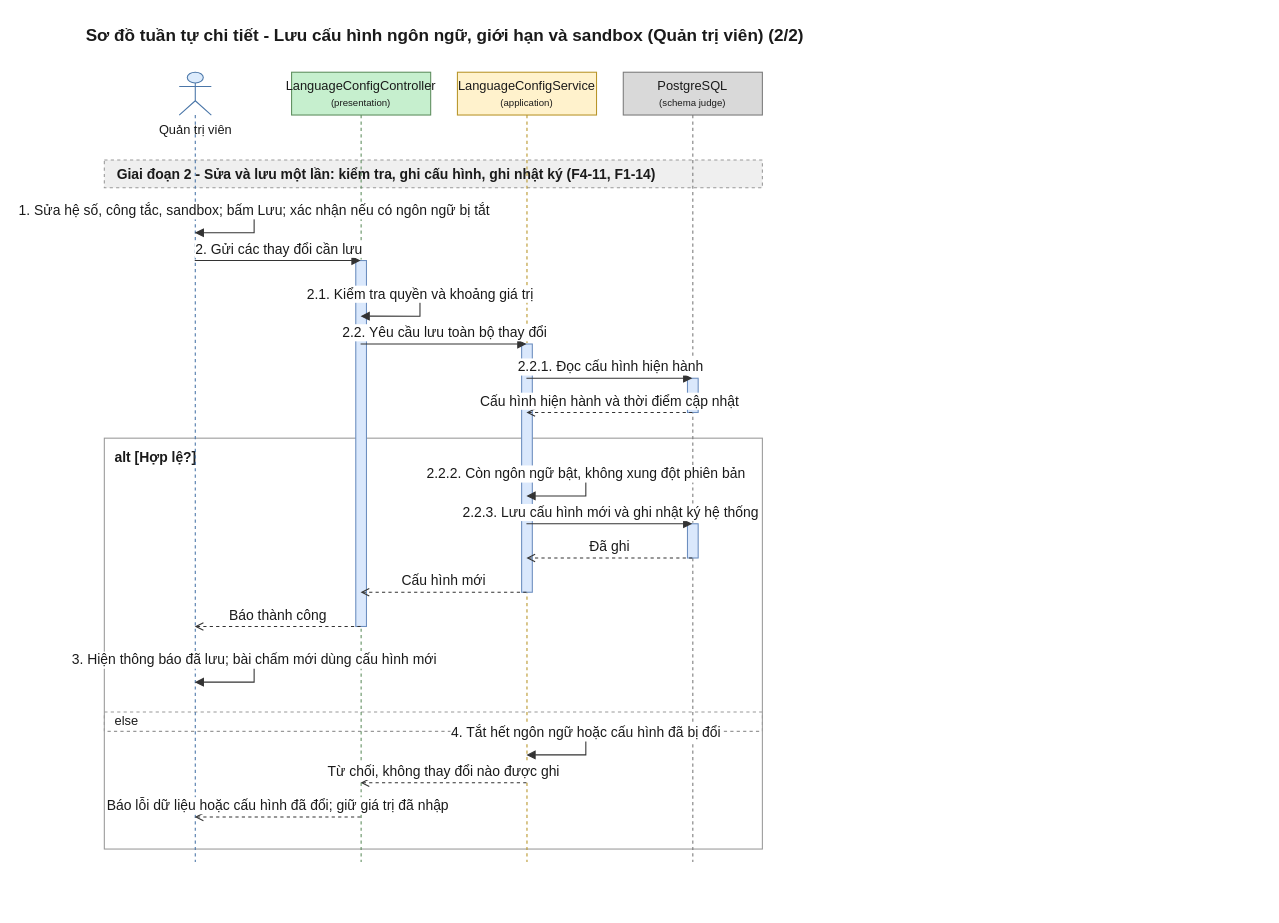
This is 08-diagram/sequence/admin/sequence_admin_cau_hinh_ngon_ngu_gioi_han_p2.drawio from daiphu1801/PRJ_ALGOPREP, a draw.io file, before an edit. Source tidied: cells renumbered, new cells numbered last; positions are measured from the earlier drawing's top-left corner, leaving out a move shared by most shapes. Both pictures are drawn from the tidied source at 107%, with x=0, y=0 at pixel (104, 18).
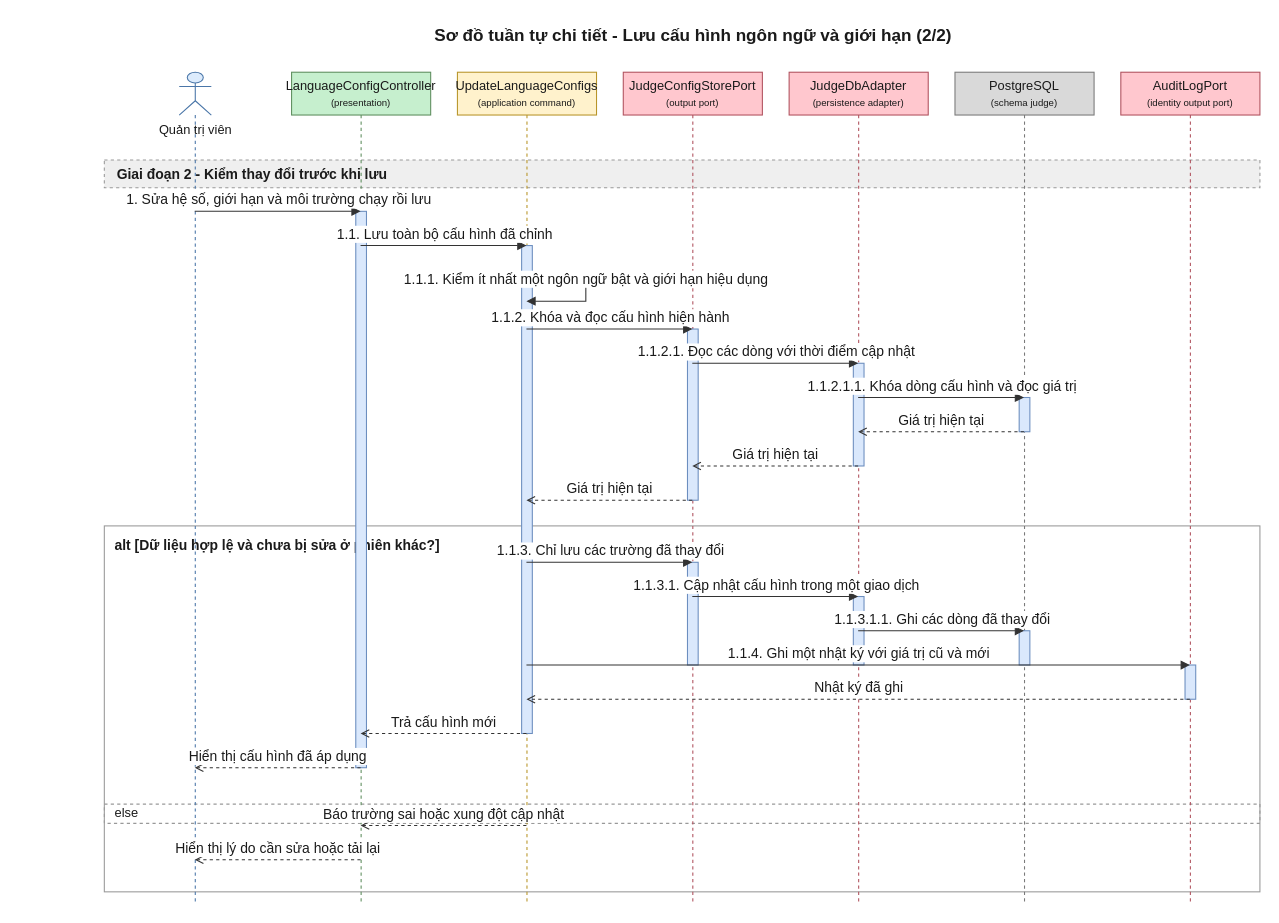
The same page after the edit.

What changed in the source:
```diff
@@
-    <mxCell id="2" value="Sơ đồ tuần tự chi tiết - Lưu cấu hình ngôn ngữ, giới hạn và sandbox (Quản trị viên) (2/2)" style="text;html=1;fontSize=16;fontStyle=1;align=center;verticalAlign=middle;fontColor=#1A1A1A;" parent="1" vertex="1">
-      <mxGeometry x="20" width="595" height="30" as="geometry" />
+    <mxCell id="2" value="Sơ đồ tuần tự chi tiết - Lưu cấu hình ngôn ngữ và giới hạn (2/2)" style="text;html=1;fontSize=16;fontStyle=1;align=center;verticalAlign=middle;fontColor=#1A1A1A;" parent="1" vertex="1">
+      <mxGeometry x="20" width="1060" height="30" as="geometry" />
     </mxCell>
-    <mxCell id="3" value="alt [Hợp lệ?]" style="algoprep=alt;rounded=0;whiteSpace=wrap;html=1;fillColor=none;strokeColor=#999999;verticalAlign=top;align=left;spacingLeft=8;spacingTop=4;fontColor=#1A1A1A;fontSize=13;fontStyle=1;dashed=0;" parent="1" vertex="1">
-      <mxGeometry y="392" width="615" height="384" as="geometry" />
+    <mxCell id="3" value="alt [Dữ liệu hợp lệ và chưa bị sửa ở phiên khác?]" style="algoprep=alt;rounded=0;whiteSpace=wrap;html=1;fillColor=none;strokeColor=#999999;verticalAlign=top;align=left;spacingLeft=8;spacingTop=4;fontColor=#1A1A1A;fontSize=13;fontStyle=1;dashed=0;" parent="1" vertex="1">
+      <mxGeometry y="474" width="1080" height="342" as="geometry" />
     </mxCell>
     <mxCell id="4" value="else" style="text;html=1;dashed=1;strokeColor=#999999;fillColor=none;align=left;verticalAlign=middle;spacingLeft=8;fontColor=#1A1A1A;fontSize=12;" parent="1" vertex="1">
-      <mxGeometry y="648" width="615" height="18" as="geometry" />
+      <mxGeometry y="734" width="1080" height="18" as="geometry" />
     </mxCell>
-    <mxCell id="5" value="Giai đoạn 2 - Sửa và lưu một lần: kiểm tra, ghi cấu hình, ghi nhật ký (F4-11, F1-14)" style="algoprep=phase;rounded=0;whiteSpace=wrap;html=1;fillColor=#EFEFEF;strokeColor=#999999;dashed=1;align=left;verticalAlign=middle;spacingLeft=10;fontColor=#1A1A1A;fontSize=13;fontStyle=1;" parent="1" vertex="1">
-      <mxGeometry y="132" width="615" height="26" as="geometry" />
+    <mxCell id="5" value="Giai đoạn 2 - Kiểm thay đổi trước khi lưu" style="algoprep=phase;rounded=0;whiteSpace=wrap;html=1;fillColor=#EFEFEF;strokeColor=#999999;dashed=1;align=left;verticalAlign=middle;spacingLeft=10;fontColor=#1A1A1A;fontSize=13;fontStyle=1;" parent="1" vertex="1">
+      <mxGeometry y="132" width="1080" height="26" as="geometry" />
     </mxCell>
     <mxCell id="6" value="Quản trị viên" style="shape=umlLifeline;participant=umlActor;perimeter=lifelinePerimeter;html=1;outlineConnect=0;size=40;verticalAlign=top;spacingTop=40;fillColor=#DCEBFC;strokeColor=#4A76A8;fontColor=#1A1A1A;" parent="1" vertex="1">
-      <mxGeometry x="70" y="50" width="30" height="738" as="geometry" />
+      <mxGeometry x="70" y="50" width="30" height="778" as="geometry" />
     </mxCell>
     <mxCell id="7" value="LanguageConfigController&lt;br&gt;&lt;font style=&quot;font-size:9px&quot;&gt;(presentation)&lt;/font&gt;" style="shape=umlLifeline;perimeter=lifelinePerimeter;whiteSpace=wrap;html=1;outlineConnect=0;size=40;fillColor=#C6EFCE;strokeColor=#5E8E5E;fontColor=#1A1A1A;" parent="1" vertex="1">
-      <mxGeometry x="175" y="50" width="130" height="738" as="geometry" />
+      <mxGeometry x="175" y="50" width="130" height="778" as="geometry" />
     </mxCell>
-    <mxCell id="8" value="LanguageConfigService&lt;br&gt;&lt;font style=&quot;font-size:9px&quot;&gt;(application)&lt;/font&gt;" style="shape=umlLifeline;perimeter=lifelinePerimeter;whiteSpace=wrap;html=1;outlineConnect=0;size=40;fillColor=#FFF2CC;strokeColor=#B8952A;fontColor=#1A1A1A;" parent="1" vertex="1">
-      <mxGeometry x="330" y="50" width="130" height="738" as="geometry" />
+    <mxCell id="8" value="UpdateLanguageConfigs&lt;br&gt;&lt;font style=&quot;font-size:9px&quot;&gt;(application command)&lt;/font&gt;" style="shape=umlLifeline;perimeter=lifelinePerimeter;whiteSpace=wrap;html=1;outlineConnect=0;size=40;fillColor=#FFF2CC;strokeColor=#B8952A;fontColor=#1A1A1A;" parent="1" vertex="1">
+      <mxGeometry x="330" y="50" width="130" height="778" as="geometry" />
     </mxCell>
-    <mxCell id="9" value="PostgreSQL&lt;br&gt;&lt;font style=&quot;font-size:9px&quot;&gt;(schema judge)&lt;/font&gt;" style="shape=umlLifeline;perimeter=lifelinePerimeter;whiteSpace=wrap;html=1;outlineConnect=0;size=40;fillColor=#D9D9D9;strokeColor=#7A7A7A;fontColor=#1A1A1A;" parent="1" vertex="1">
-      <mxGeometry x="485" y="50" width="130" height="738" as="geometry" />
+    <mxCell id="9" value="JudgeConfigStorePort&lt;br&gt;&lt;font style=&quot;font-size:9px&quot;&gt;(output port)&lt;/font&gt;" style="shape=umlLifeline;perimeter=lifelinePerimeter;whiteSpace=wrap;html=1;outlineConnect=0;size=40;fillColor=#FFC7CE;strokeColor=#B0525E;fontColor=#1A1A1A;" parent="1" vertex="1">
+      <mxGeometry x="485" y="50" width="130" height="778" as="geometry" />
     </mxCell>
-    <mxCell id="10" style="html=1;points=[[0,0,0,0,0],[0,1,0,0,0],[1,0,0,0,0],[1,1,0,0,0]];perimeter=orthogonalPerimeter;outlineConnect=0;targetShapes=umlLifeline;fillColor=#DAE8FC;strokeColor=#6C8EBF;" parent="9" vertex="1">
-      <mxGeometry x="60" y="286" width="10" height="32" as="geometry" />
+    <mxCell id="10" value="JudgeDbAdapter&lt;br&gt;&lt;font style=&quot;font-size:9px&quot;&gt;(persistence adapter)&lt;/font&gt;" style="shape=umlLifeline;perimeter=lifelinePerimeter;whiteSpace=wrap;html=1;outlineConnect=0;size=40;fillColor=#FFC7CE;strokeColor=#B0525E;fontColor=#1A1A1A;" parent="1" vertex="1">
+      <mxGeometry x="640" y="50" width="130" height="778" as="geometry" />
     </mxCell>
-    <mxCell id="11" style="html=1;points=[[0,0,0,0,0],[0,1,0,0,0],[1,0,0,0,0],[1,1,0,0,0]];perimeter=orthogonalPerimeter;outlineConnect=0;targetShapes=umlLifeline;fillColor=#DAE8FC;strokeColor=#6C8EBF;" parent="9" vertex="1">
-      <mxGeometry x="60" y="422" width="10" height="32" as="geometry" />
+    <mxCell id="11" value="PostgreSQL&lt;br&gt;&lt;font style=&quot;font-size:9px&quot;&gt;(schema judge)&lt;/font&gt;" style="shape=umlLifeline;perimeter=lifelinePerimeter;whiteSpace=wrap;html=1;outlineConnect=0;size=40;fillColor=#D9D9D9;strokeColor=#7A7A7A;fontColor=#1A1A1A;" parent="1" vertex="1">
+      <mxGeometry x="795" y="50" width="130" height="778" as="geometry" />
     </mxCell>
-    <mxCell id="12" style="html=1;points=[[0,0,0,0,0],[0,1,0,0,0],[1,0,0,0,0],[1,1,0,0,0]];perimeter=orthogonalPerimeter;outlineConnect=0;targetShapes=umlLifeline;fillColor=#DAE8FC;strokeColor=#6C8EBF;" parent="8" vertex="1">
-      <mxGeometry x="60" y="254" width="10" height="232" as="geometry" />
+    <mxCell id="12" value="AuditLogPort&lt;br&gt;&lt;font style=&quot;font-size:9px&quot;&gt;(identity output port)&lt;/font&gt;" style="shape=umlLifeline;perimeter=lifelinePerimeter;whiteSpace=wrap;html=1;outlineConnect=0;size=40;fillColor=#FFC7CE;strokeColor=#B0525E;fontColor=#1A1A1A;" parent="1" vertex="1">
+      <mxGeometry x="950" y="50" width="130" height="778" as="geometry" />
     </mxCell>
-    <mxCell id="13" style="html=1;perimeter=orthogonalPerimeter;targetShapes=umlLifeline;fillColor=#DAE8FC;strokeColor=#6C8EBF;" parent="7" vertex="1">
-      <mxGeometry x="60" y="176" width="10" height="342" as="geometry" />
+    <mxCell id="13" style="html=1;perimeter=orthogonalPerimeter;targetShapes=umlLifeline;fillColor=#DAE8FC;strokeColor=#6C8EBF;" parent="11" vertex="1">
+      <mxGeometry x="60" y="304" width="10" height="32" as="geometry" />
     </mxCell>
-    <mxCell id="14" value="1. Sửa hệ số, công tắc, sandbox; bấm Lưu; xác nhận nếu có ngôn ngữ bị tắt" style="edgeStyle=orthogonalEdgeStyle;rounded=0;html=1;endArrow=block;endFill=1;strokeColor=#333333;fontColor=#1A1A1A;fontSize=13;verticalAlign=bottom;exitX=0.5;exitY=0.1762;exitDx=0;exitDy=0;entryX=0.5;entryY=0.2033;entryDx=0;entryDy=0;" parent="1" edge="1" source="6" target="6">
-      <mxGeometry relative="1" as="geometry">
-        <Array as="points">
-          <mxPoint x="140" y="180" />
-          <mxPoint x="140" y="200" />
-        </Array>
-      </mxGeometry>
-    </mxCell>
-    <mxCell id="15" value="2. Gửi các thay đổi cần lưu" style="edgeStyle=none;html=1;endArrow=block;endFill=1;strokeColor=#333333;fontColor=#1A1A1A;fontSize=13;verticalAlign=bottom;exitX=0.5;exitY=0.2385;exitDx=0;exitDy=0;entryX=0.5;entryY=0.2385;entryDx=0;entryDy=0;" parent="1" edge="1" source="6" target="7">
-      <mxGeometry relative="1" as="geometry" />
-    </mxCell>
-    <mxCell id="16" value="2.1. Kiểm tra quyền và khoảng giá trị" style="edgeStyle=orthogonalEdgeStyle;rounded=0;html=1;endArrow=block;endFill=1;strokeColor=#333333;fontColor=#1A1A1A;fontSize=13;verticalAlign=bottom;exitX=0.5;exitY=0.2818;exitDx=0;exitDy=0;entryX=0.5;entryY=0.3089;entryDx=0;entryDy=0;" parent="1" edge="1" source="7" target="7">
-      <mxGeometry relative="1" as="geometry">
-        <Array as="points">
-          <mxPoint x="295" y="258" />
-          <mxPoint x="295" y="278" />
-        </Array>
-      </mxGeometry>
-    </mxCell>
-    <mxCell id="17" value="2.2. Yêu cầu lưu toàn bộ thay đổi" style="edgeStyle=none;html=1;endArrow=block;endFill=1;strokeColor=#333333;fontColor=#1A1A1A;fontSize=13;verticalAlign=bottom;exitX=0.5;exitY=0.3442;exitDx=0;exitDy=0;entryX=0.5;entryY=0.3442;entryDx=0;entryDy=0;" parent="1" edge="1" source="7" target="8">
-      <mxGeometry relative="1" as="geometry" />
-    </mxCell>
-    <mxCell id="18" value="2.2.1. Đọc cấu hình hiện hành" style="edgeStyle=none;html=1;endArrow=block;endFill=1;strokeColor=#333333;fontColor=#1A1A1A;fontSize=13;verticalAlign=bottom;exitX=0.5;exitY=0.3875;exitDx=0;exitDy=0;entryX=0.5;entryY=0.3875;entryDx=0;entryDy=0;" parent="1" edge="1" source="8" target="9">
-      <mxGeometry relative="1" as="geometry" />
-    </mxCell>
-    <mxCell id="19" value="Cấu hình hiện hành và thời điểm cập nhật" style="edgeStyle=none;html=1;endArrow=open;endFill=0;dashed=1;strokeColor=#333333;fontColor=#1A1A1A;fontSize=13;verticalAlign=bottom;exitX=0.5;exitY=0.4309;exitDx=0;exitDy=0;entryX=0.5;entryY=0.4309;entryDx=0;entryDy=0;" parent="1" edge="1" source="9" target="8">
-      <mxGeometry relative="1" as="geometry" />
-    </mxCell>
-    <mxCell id="20" value="2.2.2. Còn ngôn ngữ bật, không xung đột phiên bản" style="edgeStyle=orthogonalEdgeStyle;rounded=0;html=1;endArrow=block;endFill=1;strokeColor=#333333;fontColor=#1A1A1A;fontSize=13;verticalAlign=bottom;exitX=0.5;exitY=0.5095;exitDx=0;exitDy=0;entryX=0.5;entryY=0.5366;entryDx=0;entryDy=0;" parent="1" edge="1" source="8" target="8">
-      <mxGeometry relative="1" as="geometry">
-        <Array as="points">
-          <mxPoint x="450" y="426" />
-          <mxPoint x="450" y="446" />
-        </Array>
-      </mxGeometry>
-    </mxCell>
-    <mxCell id="21" value="2.2.3. Lưu cấu hình mới và ghi nhật ký hệ thống" style="edgeStyle=none;html=1;endArrow=block;endFill=1;strokeColor=#333333;fontColor=#1A1A1A;fontSize=13;verticalAlign=bottom;exitX=0.5;exitY=0.5718;exitDx=0;exitDy=0;entryX=0.5;entryY=0.5718;entryDx=0;entryDy=0;" parent="1" edge="1" source="8" target="9">
-      <mxGeometry relative="1" as="geometry" />
-    </mxCell>
+    <mxCell id="29" style="html=1;perimeter=orthogonalPerimeter;targetShapes=umlLifeline;fillColor=#DAE8FC;strokeColor=#6C8EBF;" parent="10" vertex="1">
+      <mxGeometry x="60" y="272" width="10" height="96" as="geometry" />
+    </mxCell>
+    <mxCell id="30" style="html=1;perimeter=orthogonalPerimeter;targetShapes=umlLifeline;fillColor=#DAE8FC;strokeColor=#6C8EBF;" parent="9" vertex="1">
+      <mxGeometry x="60" y="240" width="10" height="160" as="geometry" />
+    </mxCell>
+    <mxCell id="31" style="html=1;perimeter=orthogonalPerimeter;targetShapes=umlLifeline;fillColor=#DAE8FC;strokeColor=#6C8EBF;" parent="11" vertex="1">
+      <mxGeometry x="60" y="522" width="10" height="32" as="geometry" />
+    </mxCell>
+    <mxCell id="32" style="html=1;perimeter=orthogonalPerimeter;targetShapes=umlLifeline;fillColor=#DAE8FC;strokeColor=#6C8EBF;" parent="10" vertex="1">
+      <mxGeometry x="60" y="490" width="10" height="64" as="geometry" />
+    </mxCell>
+    <mxCell id="33" style="html=1;perimeter=orthogonalPerimeter;targetShapes=umlLifeline;fillColor=#DAE8FC;strokeColor=#6C8EBF;" parent="9" vertex="1">
+      <mxGeometry x="60" y="458" width="10" height="96" as="geometry" />
+    </mxCell>
+    <mxCell id="34" style="html=1;perimeter=orthogonalPerimeter;targetShapes=umlLifeline;fillColor=#DAE8FC;strokeColor=#6C8EBF;" parent="12" vertex="1">
+      <mxGeometry x="60" y="554" width="10" height="32" as="geometry" />
+    </mxCell>
+    <mxCell id="35" style="html=1;perimeter=orthogonalPerimeter;targetShapes=umlLifeline;fillColor=#DAE8FC;strokeColor=#6C8EBF;" parent="8" vertex="1">
+      <mxGeometry x="60" y="162" width="10" height="456" as="geometry" />
+    </mxCell>
+    <mxCell id="36" style="html=1;perimeter=orthogonalPerimeter;targetShapes=umlLifeline;fillColor=#DAE8FC;strokeColor=#6C8EBF;" parent="7" vertex="1">
+      <mxGeometry x="60" y="130" width="10" height="520" as="geometry" />
+    </mxCell>
-    <mxCell id="22" value="Đã ghi" style="edgeStyle=none;html=1;endArrow=open;endFill=0;dashed=1;strokeColor=#333333;fontColor=#1A1A1A;fontSize=13;verticalAlign=bottom;exitX=0.5;exitY=0.6152;exitDx=0;exitDy=0;entryX=0.5;entryY=0.6152;entryDx=0;entryDy=0;" parent="1" edge="1" source="9" target="8">
+    <mxCell id="22" value="1. Sửa hệ số, giới hạn và môi trường chạy rồi lưu" style="edgeStyle=none;html=1;endArrow=block;endFill=1;strokeColor=#333333;fontColor=#1A1A1A;fontSize=13;verticalAlign=bottom;exitX=0.5;exitY=0.1671;exitDx=0;exitDy=0;entryX=0.5;entryY=0.1671;entryDx=0;entryDy=0;" parent="1" edge="1" source="6" target="7">
       <mxGeometry relative="1" as="geometry" />
     </mxCell>
-    <mxCell id="23" value="Cấu hình mới" style="edgeStyle=none;html=1;endArrow=open;endFill=0;dashed=1;strokeColor=#333333;fontColor=#1A1A1A;fontSize=13;verticalAlign=bottom;exitX=0.5;exitY=0.6585;exitDx=0;exitDy=0;entryX=0.5;entryY=0.6585;entryDx=0;entryDy=0;" parent="1" edge="1" source="8" target="7">
+    <mxCell id="23" value="1.1. Lưu toàn bộ cấu hình đã chỉnh" style="edgeStyle=none;html=1;endArrow=block;endFill=1;strokeColor=#333333;fontColor=#1A1A1A;fontSize=13;verticalAlign=bottom;exitX=0.5;exitY=0.2082;exitDx=0;exitDy=0;entryX=0.5;entryY=0.2082;entryDx=0;entryDy=0;" parent="1" edge="1" source="7" target="8">
       <mxGeometry relative="1" as="geometry" />
     </mxCell>
-    <mxCell id="24" value="Báo thành công" style="edgeStyle=none;html=1;endArrow=open;endFill=0;dashed=1;strokeColor=#333333;fontColor=#1A1A1A;fontSize=13;verticalAlign=bottom;exitX=0.5;exitY=0.7019;exitDx=0;exitDy=0;entryX=0.5;entryY=0.7019;entryDx=0;entryDy=0;" parent="1" edge="1" source="7" target="6">
-      <mxGeometry relative="1" as="geometry" />
+    <mxCell id="24" value="1.1.1. Kiểm ít nhất một ngôn ngữ bật và giới hạn hiệu dụng" style="edgeStyle=orthogonalEdgeStyle;rounded=0;html=1;endArrow=block;endFill=1;strokeColor=#333333;fontColor=#1A1A1A;fontSize=13;verticalAlign=bottom;exitX=0.5;exitY=0.2494;exitDx=0;exitDy=0;entryX=0.5;entryY=0.2751;entryDx=0;entryDy=0;" parent="1" edge="1" source="8" target="8">
+      <mxGeometry relative="1" as="geometry">
+        <Array as="points">
+          <mxPoint x="450" y="244" />
+          <mxPoint x="450" y="264" />
+        </Array>
+      </mxGeometry>
     </mxCell>
-    <mxCell id="25" value="3. Hiện thông báo đã lưu; bài chấm mới dùng cấu hình mới" style="edgeStyle=orthogonalEdgeStyle;rounded=0;html=1;endArrow=block;endFill=1;strokeColor=#333333;fontColor=#1A1A1A;fontSize=13;verticalAlign=bottom;exitX=0.5;exitY=0.7453;exitDx=0;exitDy=0;entryX=0.5;entryY=0.7724;entryDx=0;entryDy=0;" parent="1" edge="1" source="6" target="6">
-      <mxGeometry relative="1" as="geometry">
-        <Array as="points">
-          <mxPoint x="140" y="600" />
-          <mxPoint x="140" y="620" />
-        </Array>
-      </mxGeometry>
+    <mxCell id="25" value="1.1.2. Khóa và đọc cấu hình hiện hành" style="edgeStyle=none;html=1;endArrow=block;endFill=1;strokeColor=#333333;fontColor=#1A1A1A;fontSize=13;verticalAlign=bottom;exitX=0.5;exitY=0.3085;exitDx=0;exitDy=0;entryX=0.5;entryY=0.3085;entryDx=0;entryDy=0;" parent="1" edge="1" source="8" target="9">
+      <mxGeometry relative="1" as="geometry" />
     </mxCell>
-    <mxCell id="26" value="4. Tắt hết ngôn ngữ hoặc cấu hình đã bị đổi" style="edgeStyle=orthogonalEdgeStyle;rounded=0;html=1;endArrow=block;endFill=1;strokeColor=#333333;fontColor=#1A1A1A;fontSize=13;verticalAlign=bottom;exitX=0.5;exitY=0.8374;exitDx=0;exitDy=0;entryX=0.5;entryY=0.8645;entryDx=0;entryDy=0;" parent="1" edge="1" source="8" target="8">
-      <mxGeometry relative="1" as="geometry">
-        <Array as="points">
-          <mxPoint x="450" y="668" />
-          <mxPoint x="450" y="688" />
-        </Array>
-      </mxGeometry>
+    <mxCell id="26" value="1.1.2.1. Đọc các dòng với thời điểm cập nhật" style="edgeStyle=none;html=1;endArrow=block;endFill=1;strokeColor=#333333;fontColor=#1A1A1A;fontSize=13;verticalAlign=bottom;exitX=0.5;exitY=0.3496;exitDx=0;exitDy=0;entryX=0.5;entryY=0.3496;entryDx=0;entryDy=0;" parent="1" edge="1" source="9" target="10">
+      <mxGeometry relative="1" as="geometry" />
     </mxCell>
-    <mxCell id="27" value="Từ chối, không thay đổi nào được ghi" style="edgeStyle=none;html=1;endArrow=open;endFill=0;dashed=1;strokeColor=#333333;fontColor=#1A1A1A;fontSize=13;verticalAlign=bottom;exitX=0.5;exitY=0.8997;exitDx=0;exitDy=0;entryX=0.5;entryY=0.8997;entryDx=0;entryDy=0;" parent="1" edge="1" source="8" target="7">
+    <mxCell id="27" value="1.1.2.1.1. Khóa dòng cấu hình và đọc giá trị" style="edgeStyle=none;html=1;endArrow=block;endFill=1;strokeColor=#333333;fontColor=#1A1A1A;fontSize=13;verticalAlign=bottom;exitX=0.5;exitY=0.3907;exitDx=0;exitDy=0;entryX=0.5;entryY=0.3907;entryDx=0;entryDy=0;" parent="1" edge="1" source="10" target="11">
       <mxGeometry relative="1" as="geometry" />
     </mxCell>
-    <mxCell id="28" value="Báo lỗi dữ liệu hoặc cấu hình đã đổi; giữ giá trị đã nhập" style="edgeStyle=none;html=1;endArrow=open;endFill=0;dashed=1;strokeColor=#333333;fontColor=#1A1A1A;fontSize=13;verticalAlign=bottom;exitX=0.5;exitY=0.9431;exitDx=0;exitDy=0;entryX=0.5;entryY=0.9431;entryDx=0;entryDy=0;" parent="1" edge="1" source="7" target="6">
+    <mxCell id="28" value="Giá trị hiện tại" style="edgeStyle=none;html=1;endArrow=open;endFill=0;dashed=1;strokeColor=#333333;fontColor=#1A1A1A;fontSize=13;verticalAlign=bottom;exitX=0.5;exitY=0.4319;exitDx=0;exitDy=0;entryX=0.5;entryY=0.4319;entryDx=0;entryDy=0;" parent="1" edge="1" source="11" target="10">
       <mxGeometry relative="1" as="geometry" />
     </mxCell>
+    <mxCell id="37" value="Giá trị hiện tại" style="edgeStyle=none;html=1;endArrow=open;endFill=0;dashed=1;strokeColor=#333333;fontColor=#1A1A1A;fontSize=13;verticalAlign=bottom;exitX=0.5;exitY=0.4730;exitDx=0;exitDy=0;entryX=0.5;entryY=0.4730;entryDx=0;entryDy=0;" parent="1" edge="1" source="10" target="9">
+      <mxGeometry relative="1" as="geometry" />
+    </mxCell>
+    <mxCell id="19" value="Giá trị hiện tại" style="edgeStyle=none;html=1;endArrow=open;endFill=0;dashed=1;strokeColor=#333333;fontColor=#1A1A1A;fontSize=13;verticalAlign=bottom;exitX=0.5;exitY=0.5141;exitDx=0;exitDy=0;entryX=0.5;entryY=0.5141;entryDx=0;entryDy=0;" parent="1" edge="1" source="9" target="8">
+      <mxGeometry relative="1" as="geometry" />
+    </mxCell>
+    <mxCell id="38" value="1.1.3. Chỉ lưu các trường đã thay đổi" style="edgeStyle=none;html=1;endArrow=block;endFill=1;strokeColor=#333333;fontColor=#1A1A1A;fontSize=13;verticalAlign=bottom;exitX=0.5;exitY=0.5887;exitDx=0;exitDy=0;entryX=0.5;entryY=0.5887;entryDx=0;entryDy=0;" parent="1" edge="1" source="8" target="9">
+      <mxGeometry relative="1" as="geometry" />
+    </mxCell>
+    <mxCell id="39" value="1.1.3.1. Cập nhật cấu hình trong một giao dịch" style="edgeStyle=none;html=1;endArrow=block;endFill=1;strokeColor=#333333;fontColor=#1A1A1A;fontSize=13;verticalAlign=bottom;exitX=0.5;exitY=0.6298;exitDx=0;exitDy=0;entryX=0.5;entryY=0.6298;entryDx=0;entryDy=0;" parent="1" edge="1" source="9" target="10">
+      <mxGeometry relative="1" as="geometry" />
+    </mxCell>
+    <mxCell id="40" value="1.1.3.1.1. Ghi các dòng đã thay đổi" style="edgeStyle=none;html=1;endArrow=block;endFill=1;strokeColor=#333333;fontColor=#1A1A1A;fontSize=13;verticalAlign=bottom;exitX=0.5;exitY=0.6710;exitDx=0;exitDy=0;entryX=0.5;entryY=0.6710;entryDx=0;entryDy=0;" parent="1" edge="1" source="10" target="11">
+      <mxGeometry relative="1" as="geometry" />
+    </mxCell>
+    <mxCell id="41" value="1.1.4. Ghi một nhật ký với giá trị cũ và mới" style="edgeStyle=none;html=1;endArrow=block;endFill=1;strokeColor=#333333;fontColor=#1A1A1A;fontSize=13;verticalAlign=bottom;exitX=0.5;exitY=0.7121;exitDx=0;exitDy=0;entryX=0.5;entryY=0.7121;entryDx=0;entryDy=0;" parent="1" edge="1" source="8" target="12">
+      <mxGeometry relative="1" as="geometry" />
+    </mxCell>
+    <mxCell id="42" value="Nhật ký đã ghi" style="edgeStyle=none;html=1;endArrow=open;endFill=0;dashed=1;strokeColor=#333333;fontColor=#1A1A1A;fontSize=13;verticalAlign=bottom;exitX=0.5;exitY=0.7532;exitDx=0;exitDy=0;entryX=0.5;entryY=0.7532;entryDx=0;entryDy=0;" parent="1" edge="1" source="12" target="8">
+      <mxGeometry relative="1" as="geometry" />
+    </mxCell>
+    <mxCell id="43" value="Trả cấu hình mới" style="edgeStyle=none;html=1;endArrow=open;endFill=0;dashed=1;strokeColor=#333333;fontColor=#1A1A1A;fontSize=13;verticalAlign=bottom;exitX=0.5;exitY=0.7943;exitDx=0;exitDy=0;entryX=0.5;entryY=0.7943;entryDx=0;entryDy=0;" parent="1" edge="1" source="8" target="7">
+      <mxGeometry relative="1" as="geometry" />
+    </mxCell>
+    <mxCell id="44" value="Hiển thị cấu hình đã áp dụng" style="edgeStyle=none;html=1;endArrow=open;endFill=0;dashed=1;strokeColor=#333333;fontColor=#1A1A1A;fontSize=13;verticalAlign=bottom;exitX=0.5;exitY=0.8355;exitDx=0;exitDy=0;entryX=0.5;entryY=0.8355;entryDx=0;entryDy=0;" parent="1" edge="1" source="7" target="6">
+      <mxGeometry relative="1" as="geometry" />
+    </mxCell>
+    <mxCell id="45" value="Báo trường sai hoặc xung đột cập nhật" style="edgeStyle=none;html=1;endArrow=open;endFill=0;dashed=1;strokeColor=#333333;fontColor=#1A1A1A;fontSize=13;verticalAlign=bottom;exitX=0.5;exitY=0.9049;exitDx=0;exitDy=0;entryX=0.5;entryY=0.9049;entryDx=0;entryDy=0;" parent="1" edge="1" source="8" target="7">
+      <mxGeometry relative="1" as="geometry" />
+    </mxCell>
+    <mxCell id="46" value="Hiển thị lý do cần sửa hoặc tải lại" style="edgeStyle=none;html=1;endArrow=open;endFill=0;dashed=1;strokeColor=#333333;fontColor=#1A1A1A;fontSize=13;verticalAlign=bottom;exitX=0.5;exitY=0.9460;exitDx=0;exitDy=0;entryX=0.5;entryY=0.9460;entryDx=0;entryDy=0;" parent="1" edge="1" source="7" target="6">
+      <mxGeometry relative="1" as="geometry" />
+    </mxCell>
```
